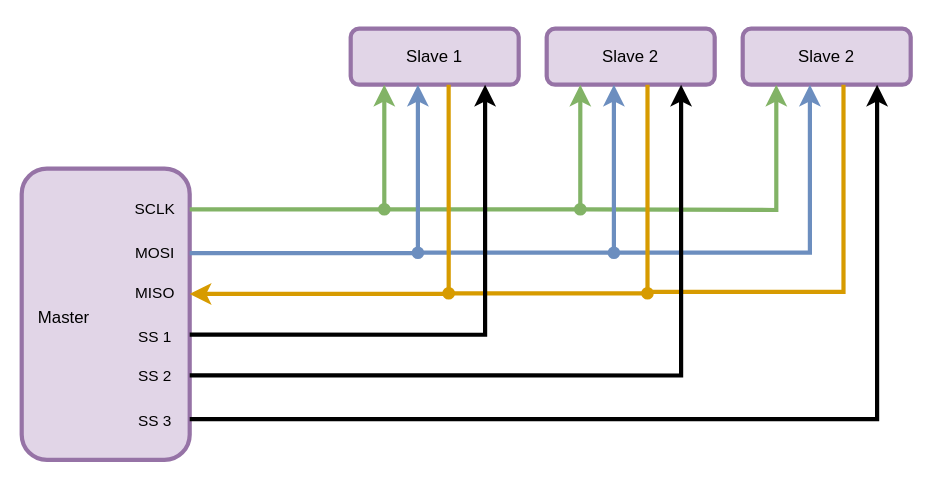
Earlier version of the draw.io export docs/1. Компонентная архитектура/media/spi.svg (makarov-na/turtle-bot). Source tidied: cells renumbered, new cells last; positions are measured from the earlier drawing's top-left corner, leaving out a move shared by most shapes.
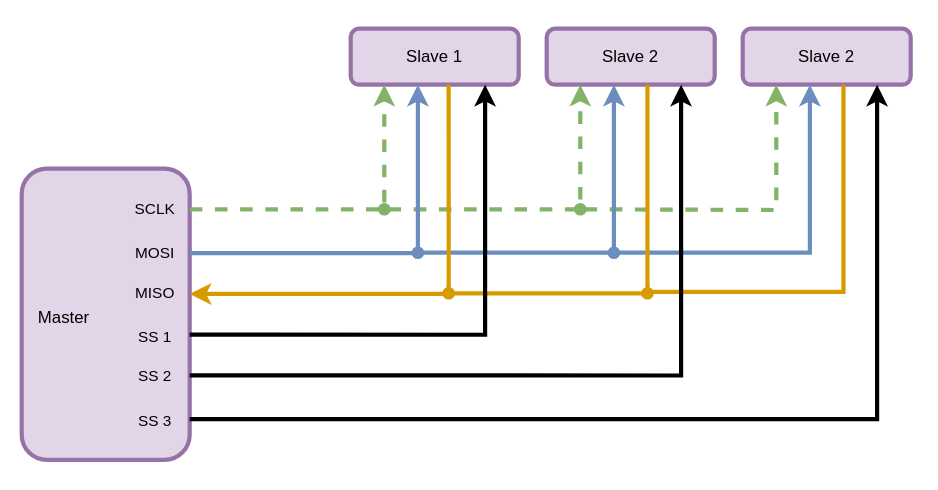
After the change.

Change to the diagram source:
```diff
@@ -17,7 +17,7 @@
     <mxCell id="6" value="Slave 2" style="rounded=1;whiteSpace=wrap;html=1;fillColor=#e1d5e7;strokeColor=#9673a6;strokeWidth=3;points=[[0,0,0,0,0],[0,0.25,0,0,0],[0,0.5,0,0,0],[0,0.75,0,0,0],[0,1,0,0,0],[0.2,1,0,0,0],[0.25,0,0,0,0],[0.4,1,0,0,0],[0.5,0,0,0,0],[0.5,1,0,0,0],[0.6,1,0,0,0],[0.75,0,0,0,0],[0.8,1,0,0,0],[1,0,0,0,0],[1,0.25,0,0,0],[1,0.5,0,0,0],[1,0.75,0,0,0],[1,1,0,0,0]];" parent="1" vertex="1">
       <mxGeometry x="530" y="20" width="120" height="40" as="geometry" />
     </mxCell>
-    <mxCell id="7" style="edgeStyle=orthogonalEdgeStyle;rounded=0;jettySize=auto;html=1;strokeWidth=3;entryX=0.2;entryY=1;entryDx=0;entryDy=0;entryPerimeter=0;startArrow=oval;startFill=1;fillColor=#d5e8d4;strokeColor=#82b366;" parent="1" edge="1" target="5">
+    <mxCell id="7" style="edgeStyle=orthogonalEdgeStyle;rounded=0;jettySize=auto;html=1;strokeWidth=3;entryX=0.2;entryY=1;entryDx=0;entryDy=0;entryPerimeter=0;startArrow=oval;startFill=1;fillColor=#d5e8d4;strokeColor=#82b366;dashed=1;" parent="1" edge="1" target="5">
       <mxGeometry relative="1" as="geometry">
         <mxPoint x="274" y="149" as="sourcePoint" />
         <Array as="points">
@@ -26,7 +26,7 @@
         </Array>
       </mxGeometry>
     </mxCell>
-    <mxCell id="8" value="SCLK" style="edgeStyle=orthogonalEdgeStyle;rounded=0;jettySize=auto;html=1;strokeWidth=3;entryX=0.2;entryY=1;entryDx=0;entryDy=0;entryPerimeter=0;exitX=1;exitY=0.14;exitDx=0;exitDy=0;exitPerimeter=0;labelBackgroundColor=#E1D5E7;fillColor=#d5e8d4;strokeColor=#82b366;" parent="1" edge="1" source="3" target="4">
+    <mxCell id="8" value="SCLK" style="edgeStyle=orthogonalEdgeStyle;rounded=0;jettySize=auto;html=1;strokeWidth=3;entryX=0.2;entryY=1;entryDx=0;entryDy=0;entryPerimeter=0;exitX=1;exitY=0.14;exitDx=0;exitDy=0;exitPerimeter=0;labelBackgroundColor=#E1D5E7;fillColor=#d5e8d4;strokeColor=#82b366;dashed=1;" parent="1" edge="1" source="3" target="4">
       <mxGeometry x="-1" y="-25" relative="1" as="geometry">
         <Array as="points">
           <mxPoint x="274" y="150" />
@@ -50,7 +50,7 @@
         <mxPoint x="-25" y="-24" as="offset" />
       </mxGeometry>
     </mxCell>
-    <mxCell id="11" style="edgeStyle=orthogonalEdgeStyle;rounded=0;jettySize=auto;html=1;strokeWidth=3;entryX=0.2;entryY=1;entryDx=0;entryDy=0;entryPerimeter=0;startArrow=oval;startFill=1;fillColor=#d5e8d4;strokeColor=#82b366;" parent="1" edge="1" target="6">
+    <mxCell id="11" style="edgeStyle=orthogonalEdgeStyle;rounded=0;jettySize=auto;html=1;strokeWidth=3;entryX=0.2;entryY=1;entryDx=0;entryDy=0;entryPerimeter=0;startArrow=oval;startFill=1;fillColor=#d5e8d4;strokeColor=#82b366;dashed=1;" parent="1" edge="1" target="6">
       <mxGeometry relative="1" as="geometry">
         <mxPoint x="414" y="149" as="sourcePoint" />
       </mxGeometry>
```
